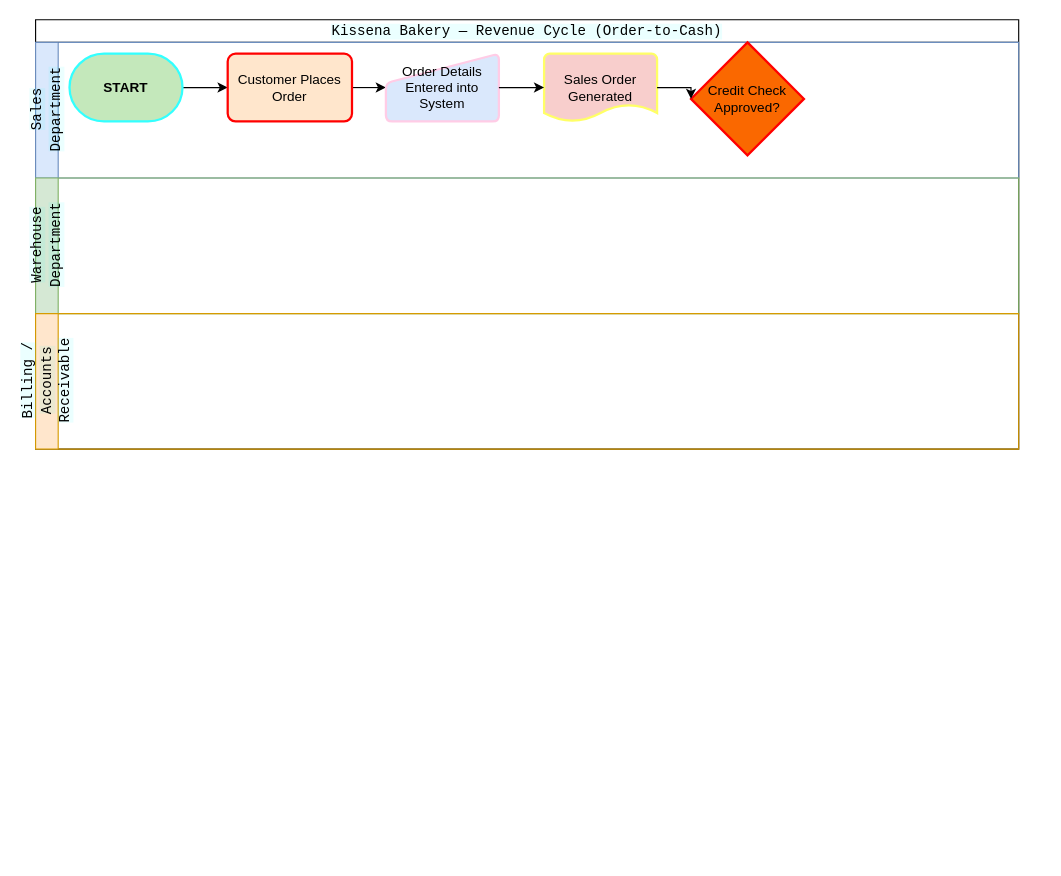
Earlier version of the draw.io diagram Revenue_Cycle_Controls.drawio (haydn3355/drawio). Source tidied: cells renumbered, new cells numbered last; positions are measured from the earlier drawing's top-left corner, leaving out a move shared by most shapes. Both pictures are drawn from the tidied source at 113%, with x=0, y=0 at pixel (35, 19).
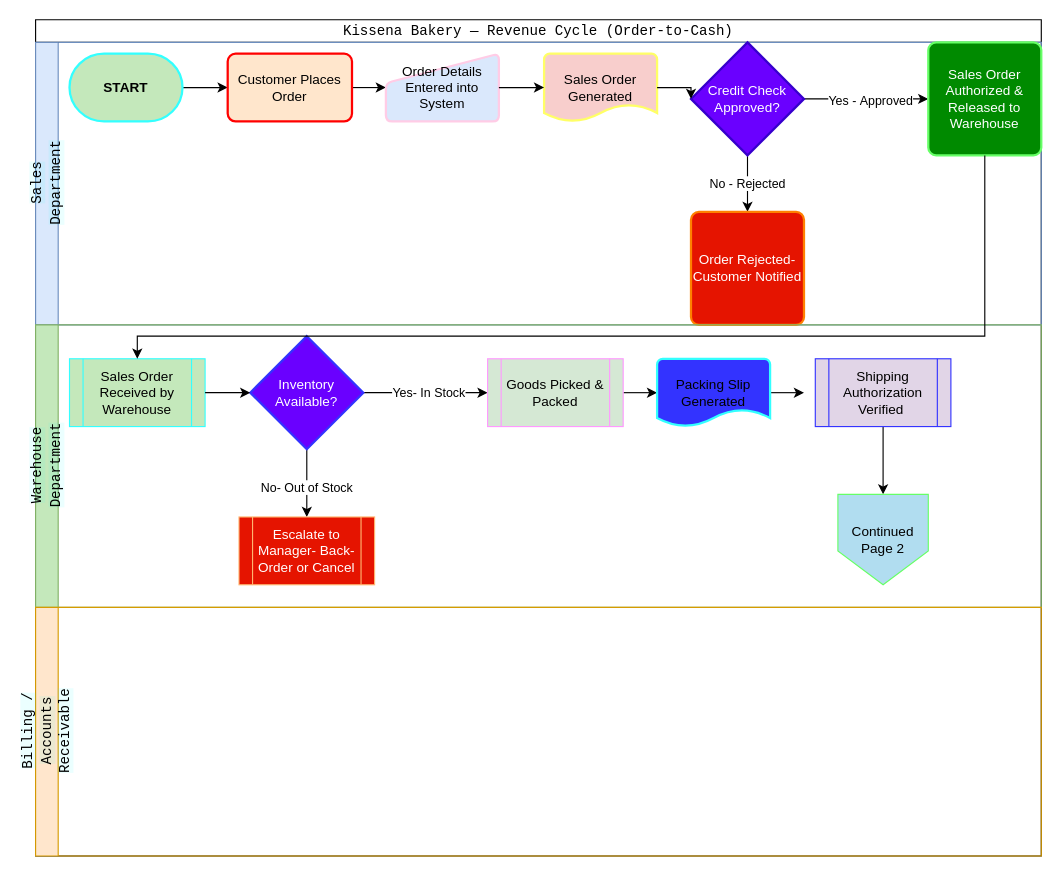
After the change.

The edit, as a diff of the source:
```diff
@@
-    <mxCell id="2" value="&lt;span style=&quot;font-family: &amp;quot;Share Tech Mono&amp;quot;, monospace; font-size: 12.512px; font-weight: 400; text-align: start; background-color: rgba(0, 245, 255, 0.08);&quot;&gt;&lt;font style=&quot;color: rgb(0, 0, 0);&quot;&gt;Kissena Bakery — Revenue Cycle (Order-to-Cash)&lt;/font&gt;&lt;/span&gt;" style="swimlane;html=1;horizontal=1;startSize=20;whiteSpace=wrap;" parent="1" vertex="1">
-      <mxGeometry width="870" height="380" as="geometry" />
+    <mxCell id="2" value="&lt;span style=&quot;font-family: &amp;quot;Share Tech Mono&amp;quot;, monospace; font-size: 12.512px; font-weight: 400; text-align: start;&quot;&gt;&lt;font style=&quot;color: rgb(0, 0, 0);&quot;&gt;Kissena Bakery — Revenue Cycle (Order-to-Cash)&lt;/font&gt;&lt;/span&gt;" style="swimlane;html=1;horizontal=1;startSize=20;whiteSpace=wrap;" parent="1" vertex="1">
+      <mxGeometry width="890" height="740" as="geometry" />
     </mxCell>
     <mxCell id="3" value="&lt;span style=&quot;font-family: &amp;quot;Share Tech Mono&amp;quot;, monospace; font-size: 12.512px; font-weight: 400; text-align: start; text-wrap-mode: wrap; background-color: rgba(0, 245, 255, 0.08);&quot;&gt;&lt;font style=&quot;color: rgb(0, 0, 0);&quot;&gt;Sales Department&lt;/font&gt;&lt;/span&gt;" style="swimlane;html=1;startSize=20;horizontal=0;fillColor=#dae8fc;strokeColor=#6c8ebf;" parent="2" vertex="1">
-      <mxGeometry y="20" width="870" height="120" as="geometry" />
+      <mxGeometry y="20" width="890" height="250" as="geometry" />
     </mxCell>
@@
+    <mxCell id="15" style="edgeStyle=orthogonalEdgeStyle;rounded=0;jettySize=auto;html=1;exitX=1;exitY=0.5;exitDx=0;exitDy=0;exitPerimeter=0;entryX=0;entryY=0.5;entryDx=0;entryDy=0;" parent="3" edge="1" source="11" target="19">
+      <mxGeometry relative="1" as="geometry" />
+    </mxCell>
+    <mxCell id="16" value="Yes -&amp;nbsp;Approved" style="edgeLabel;html=1;align=center;verticalAlign=middle;" parent="15" vertex="1">
+      <mxGeometry x="0.05" y="-1" relative="1" as="geometry" />
+    </mxCell>
+    <mxCell id="17" value="No - Rejected" style="edgeStyle=orthogonalEdgeStyle;rounded=0;jettySize=auto;html=1;exitX=0.5;exitY=1;exitDx=0;exitDy=0;exitPerimeter=0;entryX=0.5;entryY=0;entryDx=0;entryDy=0;" parent="3" edge="1" source="11" target="18">
+      <mxGeometry relative="1" as="geometry" />
+    </mxCell>
-    <mxCell id="11" value="Credit Check Approved?" style="strokeWidth=2;html=1;shape=mxgraph.flowchart.decision;whiteSpace=wrap;fillColor=#fa6800;fontColor=#000000;strokeColor=#FF0000;" parent="3" vertex="1">
+    <mxCell id="11" value="Credit Check Approved?" style="strokeWidth=2;html=1;shape=mxgraph.flowchart.decision;whiteSpace=wrap;fillColor=#6a00ff;fontColor=#ffffff;strokeColor=#3700CC;" parent="3" vertex="1">
       <mxGeometry x="580" width="100" height="100" as="geometry" />
     </mxCell>
@@
+    <mxCell id="18" value="Order Rejected- Customer Notified" style="rounded=1;whiteSpace=wrap;html=1;absoluteArcSize=1;arcSize=14;strokeWidth=2;fillColor=#e51400;fontColor=#ffffff;strokeColor=#FF8000;" parent="3" vertex="1">
+      <mxGeometry x="580" y="150" width="100" height="100" as="geometry" />
+    </mxCell>
+    <mxCell id="19" value="Sales Order Authorized &amp;amp; Released to Warehouse" style="rounded=1;whiteSpace=wrap;html=1;absoluteArcSize=1;arcSize=14;strokeWidth=2;fillColor=#008a00;fontColor=#ffffff;strokeColor=#66FF66;" parent="3" vertex="1">
+      <mxGeometry x="790" width="100" height="100" as="geometry" />
+    </mxCell>
-    <mxCell id="13" value="&lt;span style=&quot;font-family: &amp;quot;Share Tech Mono&amp;quot;, monospace; font-size: 12.512px; font-weight: 400; text-align: start; text-wrap-mode: wrap; background-color: rgba(0, 245, 255, 0.08);&quot;&gt;&lt;font style=&quot;color: rgb(0, 0, 0);&quot;&gt;Warehouse Department&lt;/font&gt;&lt;/span&gt;" style="swimlane;html=1;startSize=20;horizontal=0;fillColor=#d5e8d4;strokeColor=#82b366;" parent="2" vertex="1">
-      <mxGeometry y="140" width="870" height="120" as="geometry" />
+    <mxCell id="13" value="&lt;span style=&quot;font-family: &amp;quot;Share Tech Mono&amp;quot;, monospace; font-size: 12.512px; font-weight: 400; text-align: start; text-wrap-mode: wrap; background-color: rgba(0, 245, 255, 0.08);&quot;&gt;&lt;font style=&quot;color: rgb(0, 0, 0);&quot;&gt;Warehouse Department&lt;/font&gt;&lt;/span&gt;" style="swimlane;html=1;startSize=20;horizontal=0;fillColor=#C4E8BB;strokeColor=#82b366;" parent="2" vertex="1">
+      <mxGeometry y="270" width="890" height="250" as="geometry" />
     </mxCell>
+    <mxCell id="20" value="&lt;font style=&quot;color: rgb(0, 0, 0);&quot;&gt;Sales Order Received by Warehouse&lt;/font&gt;" style="shape=process;whiteSpace=wrap;html=1;backgroundOutline=1;strokeColor=#33FFFF;fillColor=#C4E8BB;fontColor=#ffffff;" parent="13" vertex="1">
+      <mxGeometry x="30" y="30" width="120" height="60" as="geometry" />
+    </mxCell>
+    <mxCell id="21" style="edgeStyle=orthogonalEdgeStyle;rounded=0;jettySize=auto;html=1;exitX=1;exitY=0.5;exitDx=0;exitDy=0;exitPerimeter=0;entryX=0;entryY=0.5;entryDx=0;entryDy=0;" parent="13" edge="1" source="25" target="29">
+      <mxGeometry relative="1" as="geometry" />
+    </mxCell>
+    <mxCell id="22" value="Yes- In Stock" style="edgeLabel;html=1;align=center;verticalAlign=middle;" parent="21" vertex="1">
+      <mxGeometry x="0.03" y="1" relative="1" as="geometry" />
+    </mxCell>
+    <mxCell id="23" style="edgeStyle=orthogonalEdgeStyle;rounded=0;jettySize=auto;html=1;exitX=0.5;exitY=1;exitDx=0;exitDy=0;exitPerimeter=0;entryX=0.5;entryY=0;entryDx=0;entryDy=0;" parent="13" edge="1" source="25" target="27">
+      <mxGeometry relative="1" as="geometry" />
+    </mxCell>
+    <mxCell id="24" value="No- Out of Stock" style="edgeLabel;html=1;align=center;verticalAlign=middle;" parent="23" vertex="1">
+      <mxGeometry x="0.09" y="-1" relative="1" as="geometry" />
+    </mxCell>
+    <mxCell id="25" value="Inventory Available?" style="strokeWidth=2;html=1;shape=mxgraph.flowchart.decision;whiteSpace=wrap;fillColor=#6a00ff;fontColor=#ffffff;strokeColor=#3333FF;" parent="13" vertex="1">
+      <mxGeometry x="190" y="10" width="100" height="100" as="geometry" />
+    </mxCell>
+    <mxCell id="26" style="edgeStyle=orthogonalEdgeStyle;rounded=0;jettySize=auto;html=1;exitX=1;exitY=0.5;exitDx=0;exitDy=0;entryX=0;entryY=0.5;entryDx=0;entryDy=0;entryPerimeter=0;" parent="13" edge="1" source="20" target="25">
+      <mxGeometry relative="1" as="geometry" />
+    </mxCell>
+    <mxCell id="27" value="Escalate to Manager- Back-Order or Cancel" style="shape=process;whiteSpace=wrap;html=1;backgroundOutline=1;fillColor=#e51400;fontColor=#ffffff;strokeColor=#FFB570;" parent="13" vertex="1">
+      <mxGeometry x="180" y="170" width="120" height="60" as="geometry" />
+    </mxCell>
+    <mxCell id="28" style="edgeStyle=orthogonalEdgeStyle;rounded=0;jettySize=auto;html=1;exitX=1;exitY=0.5;exitDx=0;exitDy=0;entryX=0;entryY=0.5;entryDx=0;entryDy=0;entryPerimeter=0;" parent="13" edge="1" source="29" target="31">
+      <mxGeometry relative="1" as="geometry" />
+    </mxCell>
+    <mxCell id="29" value="Goods Picked &amp;amp; Packed" style="shape=process;whiteSpace=wrap;html=1;backgroundOutline=1;fillColor=#d5e8d4;strokeColor=#FF99FF;" parent="13" vertex="1">
+      <mxGeometry x="400" y="30" width="120" height="60" as="geometry" />
+    </mxCell>
+    <mxCell id="30" style="edgeStyle=orthogonalEdgeStyle;rounded=0;jettySize=auto;html=1;exitX=1;exitY=0.5;exitDx=0;exitDy=0;exitPerimeter=0;" parent="13" edge="1" source="31">
+      <mxGeometry relative="1" as="geometry">
+        <mxPoint x="680" y="60" as="targetPoint" />
+      </mxGeometry>
+    </mxCell>
+    <mxCell id="31" value="Packing Slip Generated" style="strokeWidth=2;html=1;shape=mxgraph.flowchart.document2;whiteSpace=wrap;size=0.25;fillColor=#3333FF;strokeColor=#33FFFF;" parent="13" vertex="1">
+      <mxGeometry x="550" y="30" width="100" height="60" as="geometry" />
+    </mxCell>
+    <mxCell id="32" style="edgeStyle=orthogonalEdgeStyle;rounded=0;jettySize=auto;html=1;exitX=0.5;exitY=1;exitDx=0;exitDy=0;entryX=0.5;entryY=0;entryDx=0;entryDy=0;" parent="13" edge="1" source="33" target="34">
+      <mxGeometry relative="1" as="geometry" />
+    </mxCell>
+    <mxCell id="33" value="Shipping Authorization Verified&amp;nbsp;" style="shape=process;whiteSpace=wrap;html=1;backgroundOutline=1;fillColor=#e1d5e7;strokeColor=#3333FF;" parent="13" vertex="1">
+      <mxGeometry x="690" y="30" width="120" height="60" as="geometry" />
+    </mxCell>
+    <mxCell id="34" value="Continued Page 2" style="shape=offPageConnector;whiteSpace=wrap;html=1;fillColor=#b1ddf0;strokeColor=#66FF66;" parent="13" vertex="1">
+      <mxGeometry x="710" y="150" width="80" height="80" as="geometry" />
+    </mxCell>
     <mxCell id="14" value="&lt;span style=&quot;font-family: &amp;quot;Share Tech Mono&amp;quot;, monospace; font-size: 12.512px; font-weight: 400; text-align: start; text-wrap-mode: wrap; background-color: rgba(0, 245, 255, 0.08);&quot;&gt;&lt;font style=&quot;color: rgb(0, 0, 0);&quot;&gt;Billing / Accounts Receivable&lt;/font&gt;&lt;/span&gt;" style="swimlane;html=1;startSize=20;horizontal=0;fillColor=#ffe6cc;strokeColor=#d79b00;" parent="2" vertex="1">
-      <mxGeometry y="260" width="870" height="120" as="geometry" />
+      <mxGeometry y="520" width="890" height="220" as="geometry" />
     </mxCell>
+    <mxCell id="35" style="edgeStyle=orthogonalEdgeStyle;rounded=0;jettySize=auto;html=1;exitX=0.5;exitY=1;exitDx=0;exitDy=0;entryX=0.5;entryY=0;entryDx=0;entryDy=0;" parent="2" edge="1" source="19" target="20">
+      <mxGeometry relative="1" as="geometry">
+        <Array as="points">
+          <mxPoint x="840" y="280" />
+          <mxPoint x="90" y="280" />
+        </Array>
+      </mxGeometry>
+    </mxCell>
```
